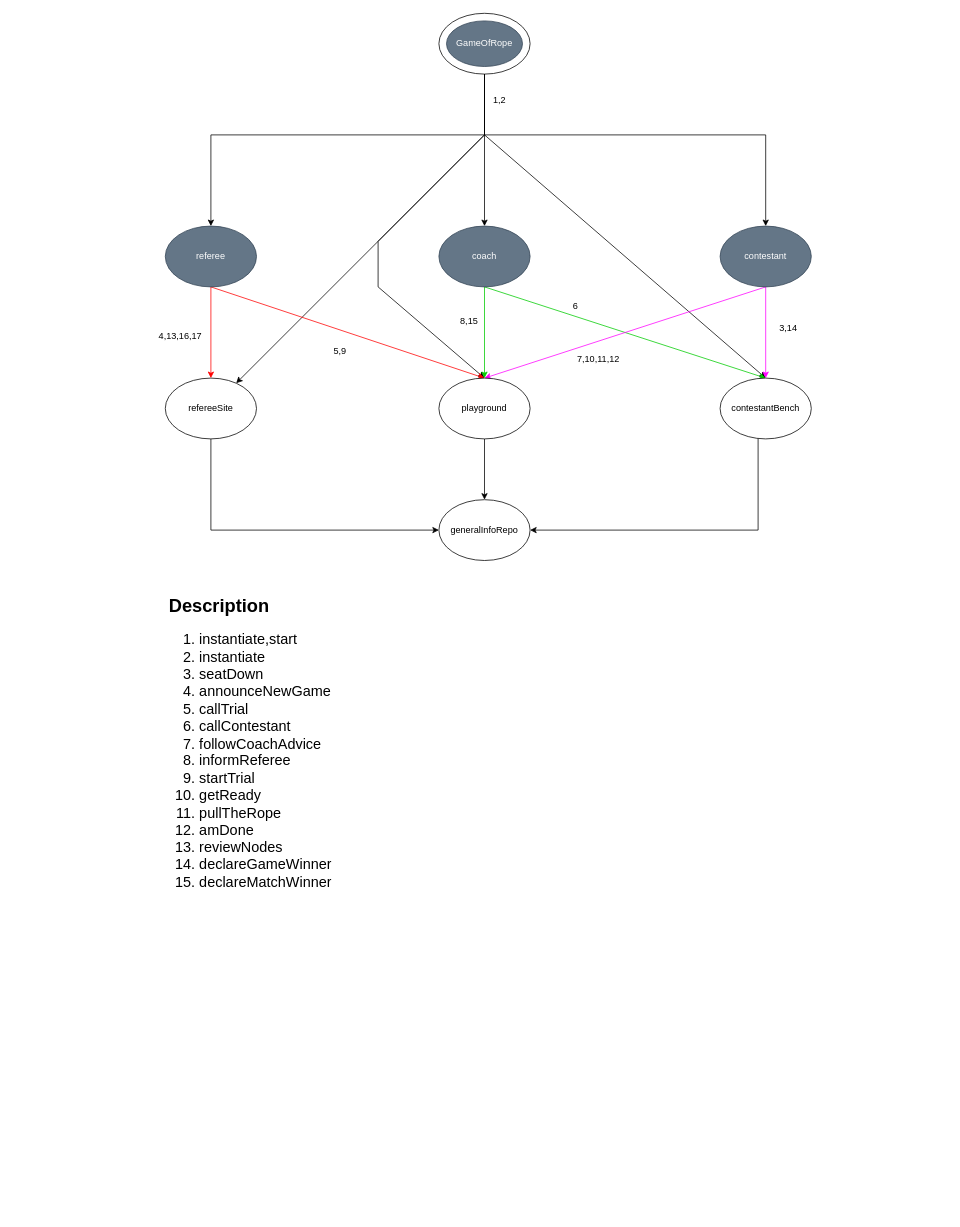
Before: about/SD.drawio in Gmclaro/SD, a draw.io diagram. Source tidied: cells renumbered, new cells numbered last; positions are measured from the earlier drawing's top-left corner, leaving out a move shared by most shapes. Both pictures are drawn from the tidied source at 76%, with x=0, y=0 at pixel (157, 13).
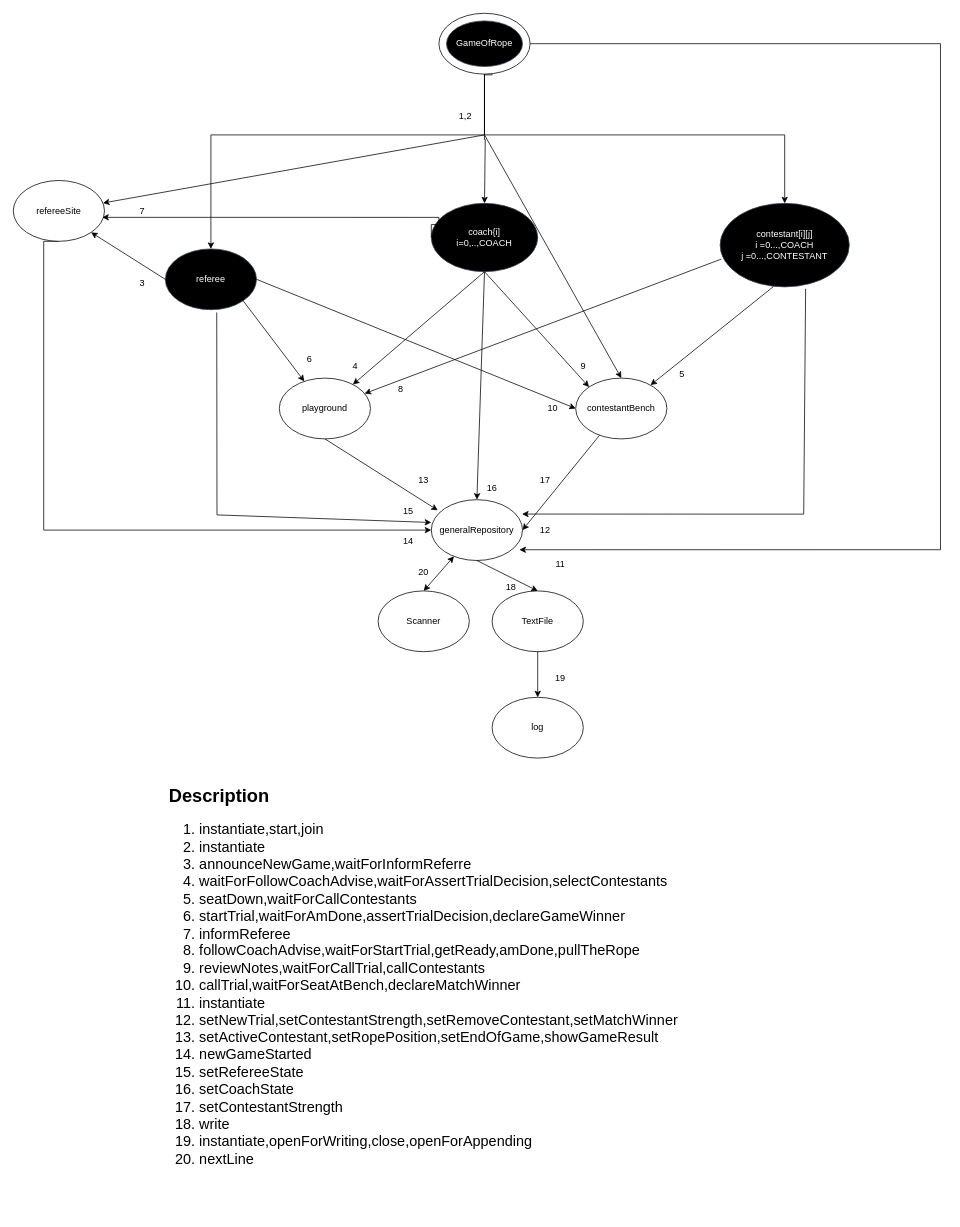
The same page after the edit.

Commit message:
final diagram for assignment 1

Unchanged cells that the change refers to:
```xml
<mxCell id="8" style="ellipse;whiteSpace=wrap;html=1;" parent="1" vertex="1">
  <mxGeometry x="370" width="120" height="80" as="geometry" />
</mxCell>
```

Diff of the diagram source:
```diff
@@
-    <mxCell id="2" style="edgeStyle=orthogonalEdgeStyle;rounded=0;jettySize=auto;html=1;entryX=0.5;entryY=0;entryDx=0;entryDy=0;" parent="1" edge="1" source="8" target="15">
-      <mxGeometry relative="1" as="geometry" />
+    <mxCell id="2" style="edgeStyle=orthogonalEdgeStyle;rounded=0;orthogonalLoop=1;jettySize=auto;html=1;entryX=0.5;entryY=0;entryDx=0;entryDy=0;" parent="1" edge="1">
+      <mxGeometry relative="1" as="geometry">
+        <mxPoint x="440" y="80" as="sourcePoint" />
+        <mxPoint x="430" y="250" as="targetPoint" />
+        <Array as="points">
+          <mxPoint x="440" y="81" />
+          <mxPoint x="430" y="81" />
+          <mxPoint x="430" y="166" />
+          <mxPoint x="431" y="166" />
+        </Array>
+      </mxGeometry>
     </mxCell>
     <mxCell id="3" style="edgeStyle=orthogonalEdgeStyle;rounded=0;jettySize=auto;html=1;entryX=0.5;entryY=0;entryDx=0;entryDy=0;" parent="1" edge="1" source="8" target="18">
       <mxGeometry relative="1" as="geometry">
         <Array as="points">
           <mxPoint x="430" y="160" />
-          <mxPoint x="800" y="160" />
+          <mxPoint x="825" y="160" />
         </Array>
       </mxGeometry>
     </mxCell>
@@
-    <mxCell id="7" style="rounded=0;jettySize=auto;html=1;entryX=0.5;entryY=0;entryDx=0;entryDy=0;" parent="1" edge="1" source="8" target="22">
-      <mxGeometry relative="1" as="geometry">
-        <Array as="points">
-          <mxPoint x="430" y="160" />
-          <mxPoint x="290" y="300" />
-          <mxPoint x="290" y="360" />
-        </Array>
-      </mxGeometry>
-    </mxCell>
@@
-    <mxCell id="9" value="GameOfRope" style="ellipse;whiteSpace=wrap;html=1;fillColor=#647687;fontColor=#ffffff;strokeColor=#314354;" parent="1" vertex="1">
+    <mxCell id="9" value="GameOfRope" style="ellipse;whiteSpace=wrap;html=1;fillColor=#000000;fontColor=#ffffff;strokeColor=#314354;" parent="1" vertex="1">
       <mxGeometry x="380" y="10" width="100" height="60" as="geometry" />
     </mxCell>
-    <mxCell id="10" style="edgeStyle=orthogonalEdgeStyle;rounded=0;jettySize=auto;html=1;entryX=0.5;entryY=0;entryDx=0;entryDy=0;fillColor=#e51400;strokeColor=#FF0000;" parent="1" edge="1" source="12" target="20">
-      <mxGeometry relative="1" as="geometry" />
-    </mxCell>
-    <mxCell id="11" style="rounded=0;jettySize=auto;html=1;exitX=0.5;exitY=1;exitDx=0;exitDy=0;entryX=0.5;entryY=0;entryDx=0;entryDy=0;strokeColor=#FF0000;fillColor=#e51400;" parent="1" edge="1" source="12" target="22">
-      <mxGeometry relative="1" as="geometry" />
-    </mxCell>
-    <mxCell id="12" value="referee" style="ellipse;whiteSpace=wrap;html=1;fillColor=#647687;strokeColor=#314354;fontColor=#ffffff;" parent="1" vertex="1">
-      <mxGeometry x="10" y="280" width="120" height="80" as="geometry" />
+    <mxCell id="12" value="referee" style="ellipse;whiteSpace=wrap;html=1;fillColor=#000000;strokeColor=#314354;fontColor=#ffffff;" parent="1" vertex="1">
+      <mxGeometry x="10" y="310" width="120" height="80" as="geometry" />
     </mxCell>
-    <mxCell id="13" style="rounded=0;jettySize=auto;html=1;entryX=0.5;entryY=0;entryDx=0;entryDy=0;strokeColor=#00CC00;" parent="1" edge="1" source="15" target="22">
-      <mxGeometry relative="1" as="geometry" />
-    </mxCell>
-    <mxCell id="14" style="rounded=0;jettySize=auto;html=1;entryX=0.5;entryY=0;entryDx=0;entryDy=0;strokeColor=#00CC00;" parent="1" edge="1" target="24">
-      <mxGeometry relative="1" as="geometry">
-        <mxPoint x="430" y="360" as="sourcePoint" />
-      </mxGeometry>
-    </mxCell>
-    <mxCell id="15" value="coach" style="ellipse;whiteSpace=wrap;html=1;fillColor=#647687;strokeColor=#314354;fontColor=#ffffff;" parent="1" vertex="1">
-      <mxGeometry x="370" y="280" width="120" height="80" as="geometry" />
+    <mxCell id="15" value="coach{i]&lt;div&gt;i=0,..,COACH&lt;/div&gt;" style="ellipse;whiteSpace=wrap;html=1;fillColor=#000000;strokeColor=#314354;fontColor=#ffffff;" parent="1" vertex="1">
+      <mxGeometry x="360" y="250" width="140" height="90" as="geometry" />
     </mxCell>
-    <mxCell id="16" style="rounded=0;jettySize=auto;html=1;entryX=0.5;entryY=0;entryDx=0;entryDy=0;strokeColor=#FF00FF;" parent="1" edge="1" source="18" target="24">
-      <mxGeometry relative="1" as="geometry" />
-    </mxCell>
-    <mxCell id="17" style="rounded=0;jettySize=auto;html=1;entryX=0.5;entryY=0;entryDx=0;entryDy=0;strokeColor=#FF00FF;exitX=0.5;exitY=1;exitDx=0;exitDy=0;" parent="1" edge="1" source="18" target="22">
-      <mxGeometry relative="1" as="geometry" />
-    </mxCell>
-    <mxCell id="18" value="contestant" style="ellipse;whiteSpace=wrap;html=1;fillColor=#647687;strokeColor=#314354;fontColor=#ffffff;" parent="1" vertex="1">
-      <mxGeometry x="740" y="280" width="120" height="80" as="geometry" />
+    <mxCell id="18" value="contestant[i][j]&lt;div&gt;i =0...,COACH&lt;/div&gt;&lt;div&gt;j =0...,CONTESTANT&lt;/div&gt;" style="ellipse;whiteSpace=wrap;html=1;fillColor=#000000;strokeColor=#314354;fontColor=#ffffff;" parent="1" vertex="1">
+      <mxGeometry x="740" y="250" width="170" height="110" as="geometry" />
     </mxCell>
-    <mxCell id="19" style="edgeStyle=orthogonalEdgeStyle;rounded=0;jettySize=auto;html=1;entryX=0;entryY=0.5;entryDx=0;entryDy=0;" parent="1" edge="1" source="20" target="25">
+    <mxCell id="19" style="edgeStyle=orthogonalEdgeStyle;rounded=0;jettySize=auto;html=1;entryX=0;entryY=0.5;entryDx=0;entryDy=0;exitX=0.5;exitY=1;exitDx=0;exitDy=0;" parent="1" edge="1" source="20" target="25">
       <mxGeometry relative="1" as="geometry">
         <Array as="points">
-          <mxPoint x="70" y="680" />
+          <mxPoint x="-150" y="680" />
         </Array>
       </mxGeometry>
     </mxCell>
     <mxCell id="20" value="refereeSite" style="ellipse;whiteSpace=wrap;html=1;" parent="1" vertex="1">
-      <mxGeometry x="10" y="480" width="120" height="80" as="geometry" />
+      <mxGeometry x="-190" y="220" width="120" height="80" as="geometry" />
     </mxCell>
-    <mxCell id="21" style="edgeStyle=orthogonalEdgeStyle;rounded=0;jettySize=auto;html=1;exitX=0.5;exitY=1;exitDx=0;exitDy=0;entryX=0.5;entryY=0;entryDx=0;entryDy=0;" parent="1" edge="1" source="22" target="25">
-      <mxGeometry relative="1" as="geometry" />
-    </mxCell>
     <mxCell id="22" value="playground" style="ellipse;whiteSpace=wrap;html=1;" parent="1" vertex="1">
-      <mxGeometry x="370" y="480" width="120" height="80" as="geometry" />
+      <mxGeometry x="160" y="480" width="120" height="80" as="geometry" />
     </mxCell>
-    <mxCell id="23" style="edgeStyle=orthogonalEdgeStyle;rounded=0;jettySize=auto;html=1;entryX=1;entryY=0.5;entryDx=0;entryDy=0;" parent="1" edge="1" source="24" target="25">
-      <mxGeometry relative="1" as="geometry">
-        <Array as="points">
-          <mxPoint x="790" y="680" />
-        </Array>
-      </mxGeometry>
+    <mxCell id="23" style="rounded=0;jettySize=auto;html=1;entryX=1;entryY=0.5;entryDx=0;entryDy=0;" parent="1" edge="1" source="24" target="25">
+      <mxGeometry relative="1" as="geometry" />
     </mxCell>
     <mxCell id="24" value="contestantBench" style="ellipse;whiteSpace=wrap;html=1;" parent="1" vertex="1">
-      <mxGeometry x="740" y="480" width="120" height="80" as="geometry" />
+      <mxGeometry x="550" y="480" width="120" height="80" as="geometry" />
     </mxCell>
+    <mxCell id="34" style="rounded=0;jettySize=auto;html=1;entryX=0.5;entryY=0;entryDx=0;entryDy=0;startArrow=classic;startFill=1;" parent="1" edge="1" source="25" target="45">
+      <mxGeometry relative="1" as="geometry" />
+    </mxCell>
-    <mxCell id="25" value="generalInfoRepo" style="ellipse;whiteSpace=wrap;html=1;" parent="1" vertex="1">
-      <mxGeometry x="370" y="640" width="120" height="80" as="geometry" />
+    <mxCell id="25" value="generalRepository" style="ellipse;whiteSpace=wrap;html=1;" parent="1" vertex="1">
+      <mxGeometry x="360" y="640" width="120" height="80" as="geometry" />
     </mxCell>
+    <mxCell id="33" value="&lt;h1&gt;Description&lt;br&gt;&lt;/h1&gt;&lt;ol style=&quot;font-size: 19px;&quot;&gt;&lt;li&gt;instantiate,start,join&lt;br&gt;&lt;/li&gt;&lt;li&gt;instantiate&lt;/li&gt;&lt;li&gt;&lt;span style=&quot;background-color: initial;&quot;&gt;announceNewGame,waitForInformReferre&lt;/span&gt;&lt;br&gt;&lt;/li&gt;&lt;li&gt;waitForFollowCoachAdvise,waitForAssertTrialDecision,selectContestants&lt;/li&gt;&lt;li&gt;seatDown,waitForCallContestants&lt;/li&gt;&lt;li&gt;startTrial,waitForAmDone,assertTrialDecision,declareGameWinner&lt;/li&gt;&lt;li&gt;informReferee&lt;/li&gt;&lt;li&gt;followCoachAdvise,waitForStartTrial,getReady,amDone,pullTheRope&lt;/li&gt;&lt;li&gt;reviewNotes,waitForCallTrial,callContestants&lt;/li&gt;&lt;li&gt;callTrial,waitForSeatAtBench,declareMatchWinner&lt;/li&gt;&lt;li&gt;instantiate&lt;/li&gt;&lt;li&gt;setNewTrial,setContestantStrength,setRemoveContestant,setMatchWinner&lt;/li&gt;&lt;li&gt;setActiveContestant,setRopePosition,setEndOfGame,showGameResult&lt;/li&gt;&lt;li&gt;newGameStarted&lt;/li&gt;&lt;li&gt;setRefereeState&lt;/li&gt;&lt;li&gt;setCoachState&lt;/li&gt;&lt;li&gt;setContestantStrength&lt;/li&gt;&lt;li&gt;write&lt;/li&gt;&lt;li&gt;instantiate,openForWriting,close,openForAppending&lt;/li&gt;&lt;li&gt;nextLine&lt;/li&gt;&lt;/ol&gt;" style="text;html=1;spacing=5;spacingTop=-20;whiteSpace=wrap;overflow=hidden;rounded=0;" parent="1" vertex="1">
+      <mxGeometry x="10" y="1010" width="820" height="570" as="geometry" />
+    </mxCell>
+    <mxCell id="35" style="edgeStyle=orthogonalEdgeStyle;rounded=0;jettySize=auto;html=1;exitX=0;exitY=0.5;exitDx=0;exitDy=0;entryX=0.975;entryY=0.606;entryDx=0;entryDy=0;entryPerimeter=0;" parent="1" edge="1" source="15" target="20">
+      <mxGeometry relative="1" as="geometry">
+        <Array as="points">
+          <mxPoint x="370" y="278" />
+        </Array>
+      </mxGeometry>
+    </mxCell>
+    <mxCell id="11" style="endArrow=classic;html=1;rounded=0;exitX=1;exitY=1;exitDx=0;exitDy=0;" parent="1" edge="1" source="12" target="22">
+      <mxGeometry relative="1" as="geometry" />
+    </mxCell>
+    <mxCell id="10" style="endArrow=classic;html=1;rounded=0;exitX=0;exitY=0.5;exitDx=0;exitDy=0;entryX=1;entryY=1;entryDx=0;entryDy=0;" parent="1" edge="1" source="12" target="20">
+      <mxGeometry relative="1" as="geometry" />
+    </mxCell>
+    <mxCell id="13" style="endArrow=classic;html=1;rounded=0;exitX=0.5;exitY=1;exitDx=0;exitDy=0;" parent="1" edge="1" source="15" target="22">
+      <mxGeometry relative="1" as="geometry" />
+    </mxCell>
+    <mxCell id="36" style="endArrow=classic;html=1;rounded=0;exitX=0.5;exitY=1;exitDx=0;exitDy=0;entryX=0;entryY=0;entryDx=0;entryDy=0;" parent="1" edge="1" source="15" target="24">
+      <mxGeometry relative="1" as="geometry" />
+    </mxCell>
+    <mxCell id="17" style="endArrow=classic;html=1;rounded=0;exitX=0.01;exitY=0.667;exitDx=0;exitDy=0;exitPerimeter=0;" parent="1" edge="1" source="18" target="22">
+      <mxGeometry relative="1" as="geometry" />
+    </mxCell>
+    <mxCell id="16" style="endArrow=classic;html=1;rounded=0;exitX=0.413;exitY=0.996;exitDx=0;exitDy=0;exitPerimeter=0;" parent="1" edge="1" source="18" target="24">
+      <mxGeometry relative="1" as="geometry" />
+    </mxCell>
+    <mxCell id="21" style="endArrow=classic;html=1;rounded=0;exitX=0.5;exitY=1;exitDx=0;exitDy=0;entryX=0.071;entryY=0.174;entryDx=0;entryDy=0;entryPerimeter=0;" parent="1" edge="1" source="22" target="25">
+      <mxGeometry relative="1" as="geometry" />
+    </mxCell>
+    <mxCell id="37" style="endArrow=classic;html=1;rounded=0;exitX=0.5;exitY=1;exitDx=0;exitDy=0;entryX=0.5;entryY=0;entryDx=0;entryDy=0;" parent="1" edge="1" source="15" target="25">
+      <mxGeometry relative="1" as="geometry" />
+    </mxCell>
+    <mxCell id="38" style="endArrow=classic;html=1;rounded=0;exitX=1;exitY=0.5;exitDx=0;exitDy=0;entryX=1;entryY=0.5;entryDx=0;entryDy=0;" parent="1" edge="1" source="12" target="52">
+      <mxGeometry relative="1" as="geometry" />
+    </mxCell>
+    <mxCell id="39" style="endArrow=classic;html=1;rounded=0;exitX=0.564;exitY=1.046;exitDx=0;exitDy=0;exitPerimeter=0;entryX=0;entryY=0.375;entryDx=0;entryDy=0;entryPerimeter=0;" parent="1" edge="1" source="12" target="25">
+      <mxGeometry relative="1" as="geometry">
+        <Array as="points">
+          <mxPoint x="78" y="660" />
+        </Array>
+      </mxGeometry>
+    </mxCell>
+    <mxCell id="40" value="TextFile" style="ellipse;whiteSpace=wrap;html=1;" parent="1" vertex="1">
+      <mxGeometry x="440" y="760" width="120" height="80" as="geometry" />
+    </mxCell>
+    <mxCell id="41" value="log" style="ellipse;whiteSpace=wrap;html=1;" parent="1" vertex="1">
+      <mxGeometry x="440" y="900" width="120" height="80" as="geometry" />
+    </mxCell>
+    <mxCell id="42" style="endArrow=classic;html=1;rounded=0;exitX=0.5;exitY=1;exitDx=0;exitDy=0;entryX=0.5;entryY=0;entryDx=0;entryDy=0;" parent="1" edge="1" source="25" target="40">
+      <mxGeometry relative="1" as="geometry" />
+    </mxCell>
+    <mxCell id="43" style="endArrow=classic;html=1;rounded=0;exitX=0.5;exitY=1;exitDx=0;exitDy=0;entryX=0.5;entryY=0;entryDx=0;entryDy=0;" parent="1" edge="1" source="40" target="41">
+      <mxGeometry relative="1" as="geometry" />
+    </mxCell>
+    <mxCell id="44" style="endArrow=classic;html=1;rounded=0;exitX=0.662;exitY=1.023;exitDx=0;exitDy=0;exitPerimeter=0;entryX=0.995;entryY=0.236;entryDx=0;entryDy=0;entryPerimeter=0;" parent="1" edge="1" source="18" target="25">
+      <mxGeometry relative="1" as="geometry">
+        <Array as="points">
+          <mxPoint x="850" y="659" />
+        </Array>
+      </mxGeometry>
+    </mxCell>
+    <mxCell id="45" value="Scanner" style="ellipse;whiteSpace=wrap;html=1;" parent="1" vertex="1">
+      <mxGeometry x="290" y="760" width="120" height="80" as="geometry" />
+    </mxCell>
     <mxCell id="26" value="1,2" style="text;html=1;align=center;verticalAlign=middle;whiteSpace=wrap;rounded=0;" parent="1" vertex="1">
-      <mxGeometry x="420" y="100" width="60" height="30" as="geometry" />
+      <mxGeometry x="375" y="120" width="60" height="30" as="geometry" />
     </mxCell>
-    <mxCell id="27" value="4,13,16,17" style="text;html=1;align=center;verticalAlign=middle;whiteSpace=wrap;rounded=0;" parent="1" vertex="1">
-      <mxGeometry y="410" width="60" height="30" as="geometry" />
-    </mxCell>
-    <mxCell id="28" value="5,9" style="text;html=1;align=center;verticalAlign=middle;whiteSpace=wrap;rounded=0;" parent="1" vertex="1">
-      <mxGeometry x="210" y="430" width="60" height="30" as="geometry" />
-    </mxCell>
-    <mxCell id="29" value="8,15" style="text;html=1;align=center;verticalAlign=middle;whiteSpace=wrap;rounded=0;" parent="1" vertex="1">
-      <mxGeometry x="380" y="390" width="60" height="30" as="geometry" />
-    </mxCell>
+    <mxCell id="46" value="3" style="text;html=1;align=center;verticalAlign=middle;whiteSpace=wrap;rounded=0;" parent="1" vertex="1">
+      <mxGeometry x="-50" y="340" width="60" height="30" as="geometry" />
+    </mxCell>
+    <mxCell id="47" value="4" style="text;html=1;align=center;verticalAlign=middle;whiteSpace=wrap;rounded=0;" parent="1" vertex="1">
+      <mxGeometry x="230" y="450" width="60" height="30" as="geometry" />
+    </mxCell>
+    <mxCell id="48" value="16" style="text;html=1;align=center;verticalAlign=middle;whiteSpace=wrap;rounded=0;" parent="1" vertex="1">
+      <mxGeometry x="410" y="610" width="60" height="30" as="geometry" />
+    </mxCell>
+    <mxCell id="49" value="5" style="text;html=1;align=center;verticalAlign=middle;whiteSpace=wrap;rounded=0;" parent="1" vertex="1">
+      <mxGeometry x="660" y="460" width="60" height="30" as="geometry" />
+    </mxCell>
     <mxCell id="30" value="6" style="text;html=1;align=center;verticalAlign=middle;whiteSpace=wrap;rounded=0;" parent="1" vertex="1">
-      <mxGeometry x="520" y="370" width="60" height="30" as="geometry" />
+      <mxGeometry x="170" y="440" width="60" height="30" as="geometry" />
     </mxCell>
-    <mxCell id="31" value="7,10,11,12" style="text;html=1;align=center;verticalAlign=middle;whiteSpace=wrap;rounded=0;" parent="1" vertex="1">
-      <mxGeometry x="550" y="440" width="60" height="30" as="geometry" />
-    </mxCell>
-    <mxCell id="32" value="3,14" style="text;html=1;align=center;verticalAlign=middle;whiteSpace=wrap;rounded=0;" parent="1" vertex="1">
-      <mxGeometry x="800" y="400" width="60" height="30" as="geometry" />
-    </mxCell>
-    <mxCell id="33" value="&lt;h1&gt;Description&lt;br&gt;&lt;/h1&gt;&lt;ol style=&quot;font-size: 19px;&quot;&gt;&lt;li&gt;instantiate,start&lt;br&gt;&lt;/li&gt;&lt;li&gt;instantiate&lt;/li&gt;&lt;li&gt;seatDown&lt;/li&gt;&lt;li&gt;announceNewGame&lt;/li&gt;&lt;li&gt;callTrial&lt;/li&gt;&lt;li&gt;callContestant&lt;/li&gt;&lt;li&gt;followCoachAdvice&lt;/li&gt;&lt;li&gt;informReferee&lt;/li&gt;&lt;li&gt;startTrial&lt;/li&gt;&lt;li&gt;getReady&lt;/li&gt;&lt;li&gt;pullTheRope&lt;/li&gt;&lt;li&gt;amDone&lt;/li&gt;&lt;li&gt;reviewNodes&lt;/li&gt;&lt;li&gt;declareGameWinner&lt;/li&gt;&lt;li&gt;declareMatchWinner&lt;br&gt;&lt;/li&gt;&lt;/ol&gt;" style="text;html=1;spacing=5;spacingTop=-20;whiteSpace=wrap;overflow=hidden;rounded=0;" parent="1" vertex="1">
-      <mxGeometry x="10" y="760" width="300" height="410" as="geometry" />
-    </mxCell>
+    <mxCell id="50" value="7" style="text;html=1;align=center;verticalAlign=middle;whiteSpace=wrap;rounded=0;" parent="1" vertex="1">
+      <mxGeometry x="-50" y="245" width="60" height="30" as="geometry" />
+    </mxCell>
+    <mxCell id="51" value="8" style="text;html=1;align=center;verticalAlign=middle;whiteSpace=wrap;rounded=0;" parent="1" vertex="1">
+      <mxGeometry x="290" y="480" width="60" height="30" as="geometry" />
+    </mxCell>
+    <mxCell id="52" value="10" style="text;html=1;align=center;verticalAlign=middle;whiteSpace=wrap;rounded=0;" parent="1" vertex="1">
+      <mxGeometry x="490" y="505" width="60" height="30" as="geometry" />
+    </mxCell>
+    <mxCell id="53" value="9" style="text;html=1;align=center;verticalAlign=middle;whiteSpace=wrap;rounded=0;" parent="1" vertex="1">
+      <mxGeometry x="530" y="450" width="60" height="30" as="geometry" />
+    </mxCell>
+    <mxCell id="54" style="edgeStyle=orthogonalEdgeStyle;rounded=0;jettySize=auto;html=1;exitX=1;exitY=0.5;exitDx=0;exitDy=0;entryX=0.966;entryY=0.823;entryDx=0;entryDy=0;entryPerimeter=0;" parent="1" edge="1" source="8" target="25">
+      <mxGeometry relative="1" as="geometry">
+        <Array as="points">
+          <mxPoint x="1030" y="40" />
+          <mxPoint x="1030" y="706" />
+        </Array>
+      </mxGeometry>
+    </mxCell>
+    <mxCell id="55" value="11" style="text;html=1;align=center;verticalAlign=middle;whiteSpace=wrap;rounded=0;" parent="1" vertex="1">
+      <mxGeometry x="500" y="710" width="60" height="30" as="geometry" />
+    </mxCell>
+    <mxCell id="56" value="12" style="text;html=1;align=center;verticalAlign=middle;whiteSpace=wrap;rounded=0;" parent="1" vertex="1">
+      <mxGeometry x="480" y="665" width="60" height="30" as="geometry" />
+    </mxCell>
+    <mxCell id="57" value="13" style="text;html=1;align=center;verticalAlign=middle;whiteSpace=wrap;rounded=0;" parent="1" vertex="1">
+      <mxGeometry x="320" y="600" width="60" height="30" as="geometry" />
+    </mxCell>
+    <mxCell id="58" value="14" style="text;html=1;align=center;verticalAlign=middle;whiteSpace=wrap;rounded=0;" parent="1" vertex="1">
+      <mxGeometry x="300" y="680" width="60" height="30" as="geometry" />
+    </mxCell>
+    <mxCell id="59" value="15" style="text;html=1;align=center;verticalAlign=middle;whiteSpace=wrap;rounded=0;" parent="1" vertex="1">
+      <mxGeometry x="300" y="640" width="60" height="30" as="geometry" />
+    </mxCell>
+    <mxCell id="60" value="17" style="text;html=1;align=center;verticalAlign=middle;whiteSpace=wrap;rounded=0;" parent="1" vertex="1">
+      <mxGeometry x="480" y="600" width="60" height="30" as="geometry" />
+    </mxCell>
+    <mxCell id="61" value="18" style="text;html=1;align=center;verticalAlign=middle;whiteSpace=wrap;rounded=0;" parent="1" vertex="1">
+      <mxGeometry x="435" y="740" width="60" height="30" as="geometry" />
+    </mxCell>
+    <mxCell id="62" value="19" style="text;html=1;align=center;verticalAlign=middle;whiteSpace=wrap;rounded=0;" parent="1" vertex="1">
+      <mxGeometry x="500" y="860" width="60" height="30" as="geometry" />
+    </mxCell>
+    <mxCell id="63" value="20" style="text;html=1;align=center;verticalAlign=middle;whiteSpace=wrap;rounded=0;" parent="1" vertex="1">
+      <mxGeometry x="320" y="720" width="60" height="30" as="geometry" />
+    </mxCell>
```
